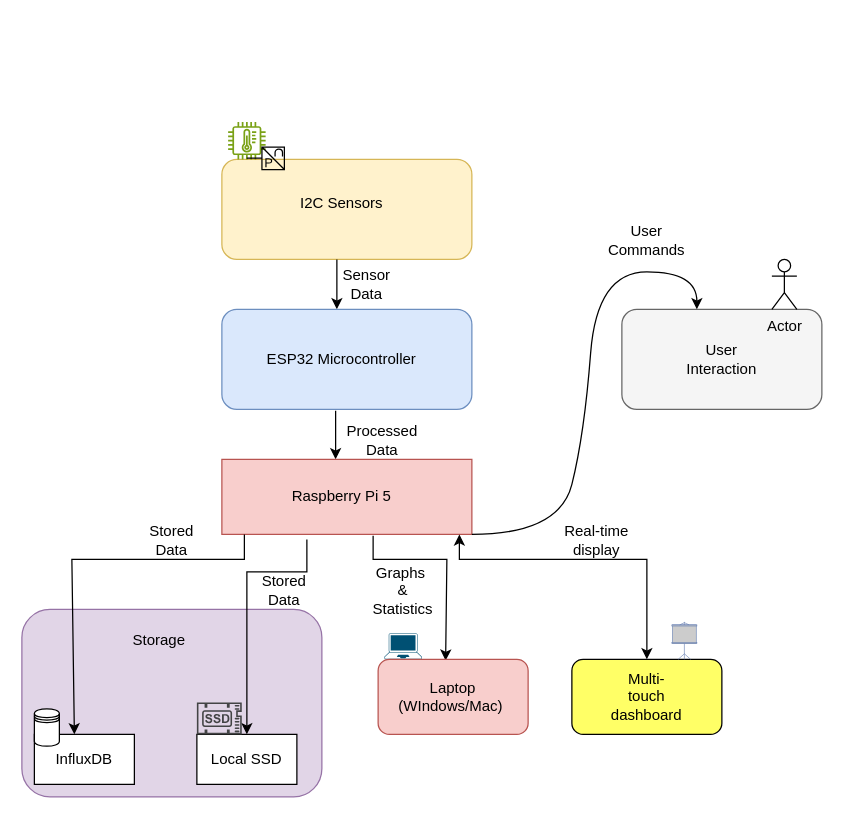
This is diagrams/Kaffeknekt Flow Chart.drawio from martintara/kaffeknekt, a draw.io file, before an edit. Source tidied: cells renumbered, new cells numbered last; positions are measured from the earlier drawing's top-left corner, leaving out a move shared by most shapes. Both pictures are drawn from the tidied source at 125%, with x=0, y=0 at pixel (21, 121).
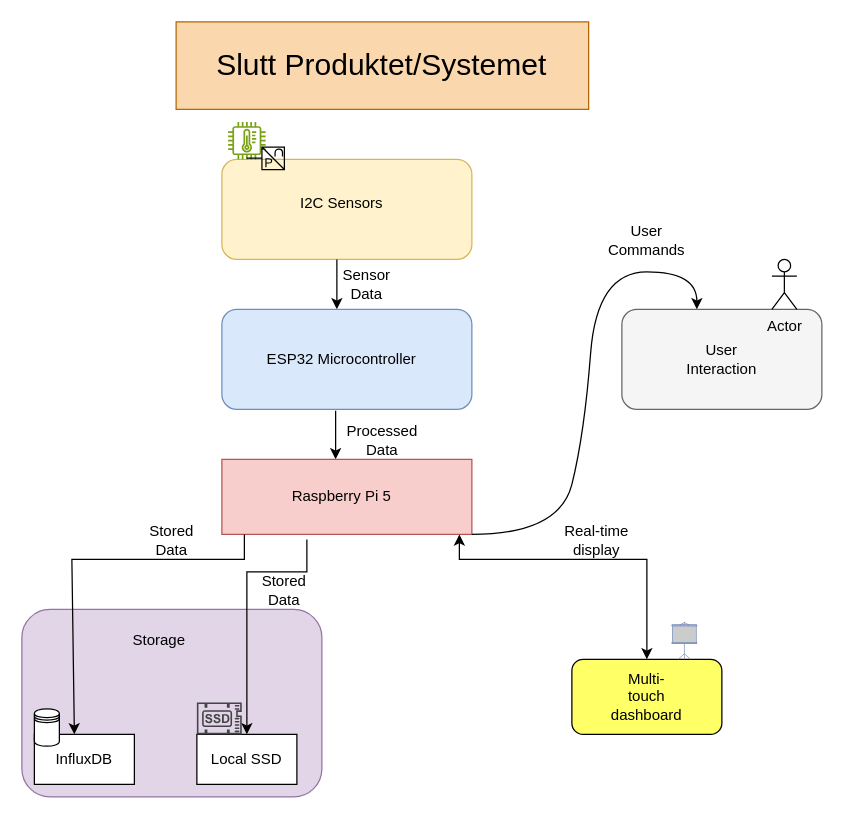
The same diagram, later.

Unchanged cells that the change refers to:
```xml
<mxCell id="8" style="rounded=0;whiteSpace=wrap;html=1;fillColor=#f8cecc;strokeColor=#b85450;" parent="1" vertex="1">
  <mxGeometry x="160" y="270" width="200" height="60" as="geometry" />
</mxCell>
```

The edit, as a diff of the source:
```diff
@@
-    <mxCell id="21" style="endArrow=classic;html=1;rounded=0;exitX=0.605;exitY=1.017;exitDx=0;exitDy=0;exitPerimeter=0;entryX=0.45;entryY=0.017;entryDx=0;entryDy=0;entryPerimeter=0;" parent="1" edge="1" source="8">
-      <mxGeometry relative="1" as="geometry">
-        <mxPoint x="339" y="431" as="targetPoint" />
-        <Array as="points">
-          <mxPoint x="281" y="350" />
-          <mxPoint x="340" y="350" />
-        </Array>
-      </mxGeometry>
-    </mxCell>
@@
-    <mxCell id="23" value="Graphs&amp;nbsp;&lt;div&gt;&amp;amp;&lt;/div&gt;&lt;div&gt;Statistics&lt;/div&gt;" style="text;html=1;align=center;verticalAlign=middle;whiteSpace=wrap;rounded=0;" parent="1" vertex="1">
-      <mxGeometry x="290" y="365" width="30" height="20" as="geometry" />
-    </mxCell>
@@
-    <mxCell id="27" style="verticalLabelPosition=bottom;sketch=0;html=1;verticalAlign=top;align=center;shape=mxgraph.cisco19.laptop;fillColor=#005073;strokeColor=none;" parent="1" vertex="1">
-      <mxGeometry x="290" y="409" width="30" height="21" as="geometry" />
-    </mxCell>
-    <mxCell id="28" style="rounded=1;whiteSpace=wrap;html=1;fillColor=#f8cecc;strokeColor=#b85450;" parent="1" vertex="1">
-      <mxGeometry x="285" y="430" width="120" height="60" as="geometry" />
-    </mxCell>
-    <mxCell id="29" value="Laptop (WIndows/Mac)&amp;nbsp;" style="text;html=1;align=center;verticalAlign=middle;whiteSpace=wrap;rounded=0;" parent="1" vertex="1">
-      <mxGeometry x="315" y="445" width="60" height="30" as="geometry" />
-    </mxCell>
@@
+    <mxCell id="41" value="&lt;font style=&quot;font-size: 24px;&quot;&gt;Slutt Produktet/Systemet&lt;/font&gt;" style="text;html=1;align=center;verticalAlign=middle;whiteSpace=wrap;rounded=0;fillColor=#fad7ac;strokeColor=#b46504;" parent="1" vertex="1">
+      <mxGeometry x="123.4" y="-80" width="330" height="70" as="geometry" />
+    </mxCell>
```
